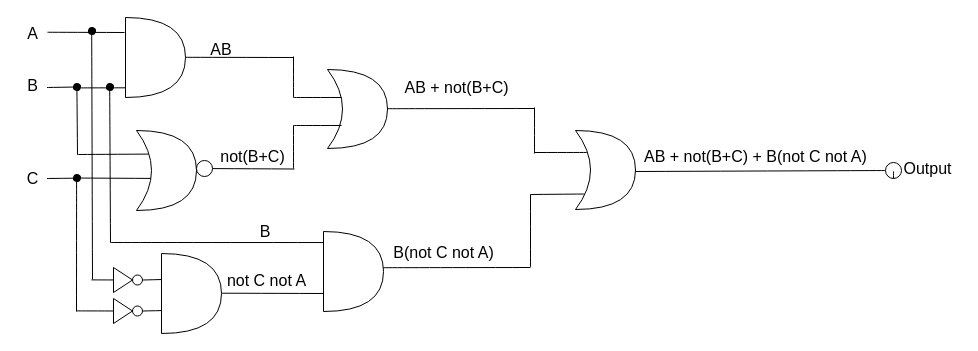
Before: page "q-19C" (6 of 6) of Quizzes/quizzes.drawio in zelanISAK/unit-2, a draw.io diagram. Source tidied: cells renumbered, new cells numbered last; positions are measured from the earlier drawing's top-left corner, leaving out a move shared by most shapes. Both pictures are drawn from the tidied source at 100%, with x=0, y=0 at pixel (16, 17).
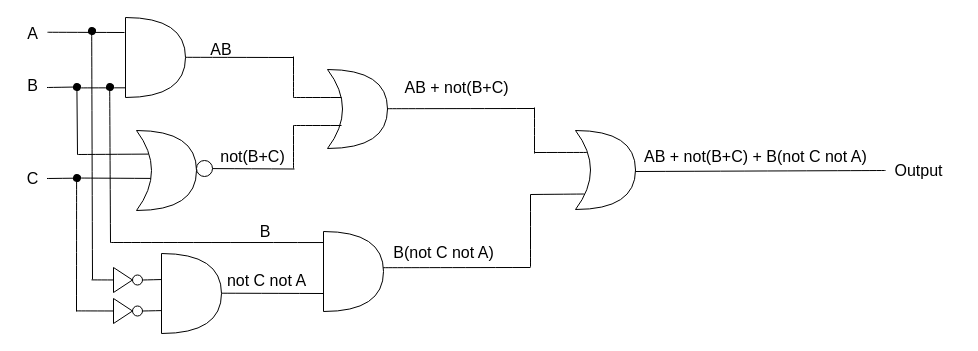
Above is the later version.

The edit, as a diff of the source:
```diff
@@
-    <mxCell id="13" style="endArrow=none;html=1;rounded=0;fontSize=12;startSize=14;endSize=14;sourcePerimeterSpacing=8;targetPerimeterSpacing=8;curved=1;" parent="1" edge="1">
+    <mxCell id="13" style="endArrow=none;html=1;fontSize=12;startSize=14;endSize=14;sourcePerimeterSpacing=8;targetPerimeterSpacing=8;rounded=0;noJump=0;" parent="1" edge="1">
       <mxGeometry relative="1" as="geometry">
         <mxPoint x="60.4" y="69" as="sourcePoint" />
         <mxPoint x="61" y="137" as="targetPoint" />
       </mxGeometry>
     </mxCell>
@@
-    <mxCell id="54" style="endArrow=none;html=1;rounded=0;fontSize=12;startSize=14;endSize=14;targetPerimeterSpacing=8;curved=1;startArrow=none;" parent="1" edge="1" source="56">
+    <mxCell id="54" style="endArrow=none;html=1;rounded=0;fontSize=12;startSize=14;endSize=14;targetPerimeterSpacing=8;curved=1;startArrow=none;" parent="1" edge="1">
       <mxGeometry relative="1" as="geometry">
+        <mxPoint x="869" y="153" as="sourcePoint" />
         <mxPoint x="619" y="154" as="targetPoint" />
       </mxGeometry>
     </mxCell>
@@
-    <mxCell id="56" style="ellipse;whiteSpace=wrap;html=1;fontSize=16;fillColor=#FFFFFF;" parent="1" vertex="1">
-      <mxGeometry x="869" y="145" width="16" height="16" as="geometry" />
-    </mxCell>
-    <mxCell id="57" style="endArrow=none;html=1;rounded=0;fontSize=12;startSize=14;endSize=14;sourcePerimeterSpacing=8;curved=1;" parent="1" edge="1" target="56">
-      <mxGeometry relative="1" as="geometry">
-        <mxPoint x="877" y="154" as="sourcePoint" />
-      </mxGeometry>
-    </mxCell>
     <mxCell id="58" value="Output" style="text;html=1;align=center;verticalAlign=middle;strokeColor=none;fillColor=none;fontSize=16;" parent="1" vertex="1">
-      <mxGeometry x="878" y="135.5" width="66" height="31" as="geometry" />
+      <mxGeometry x="869" y="137.5" width="66" height="31" as="geometry" />
     </mxCell>
```
